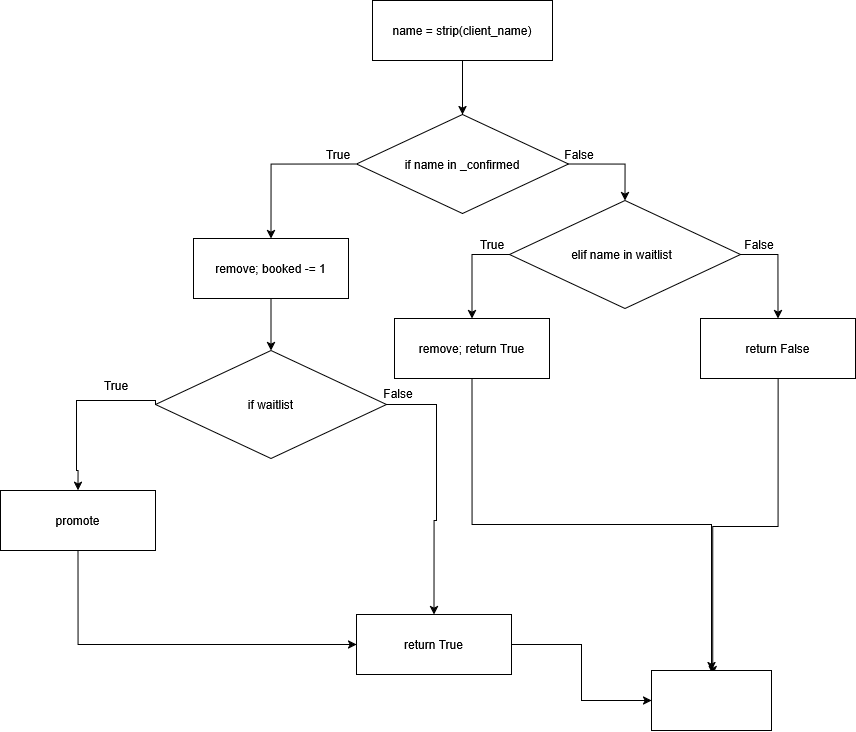
This is cancel_booking_cfg.drawio.png from denisamihaila/TSS_Proiect, a draw.io export, as it was before one commit. Source tidied: cells renumbered, new cells last; positions are measured from the earlier drawing's top-left corner, leaving out a move shared by most shapes.
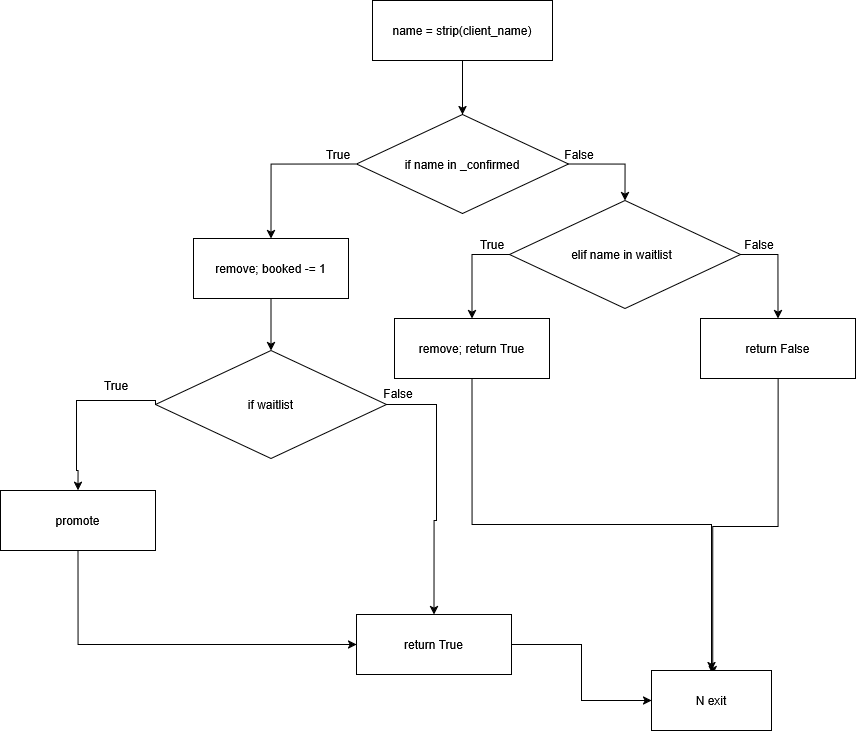
The same diagram one commit later.

Diff of the diagram source:
```diff
@@ -100,7 +100,7 @@
     <mxCell id="29" value="&lt;br&gt;name = strip(client_name)&lt;div&gt;&lt;br&gt;&lt;/div&gt;" style="rounded=0;whiteSpace=wrap;html=1;" parent="1" vertex="1">
       <mxGeometry x="372" width="180" height="60" as="geometry" />
     </mxCell>
-    <mxCell id="30" style="rounded=0;whiteSpace=wrap;html=1;" parent="1" vertex="1">
+    <mxCell id="30" value="N exit" style="rounded=0;whiteSpace=wrap;html=1;" parent="1" vertex="1">
       <mxGeometry x="651" y="670" width="120" height="60" as="geometry" />
     </mxCell>
   </root>
```
